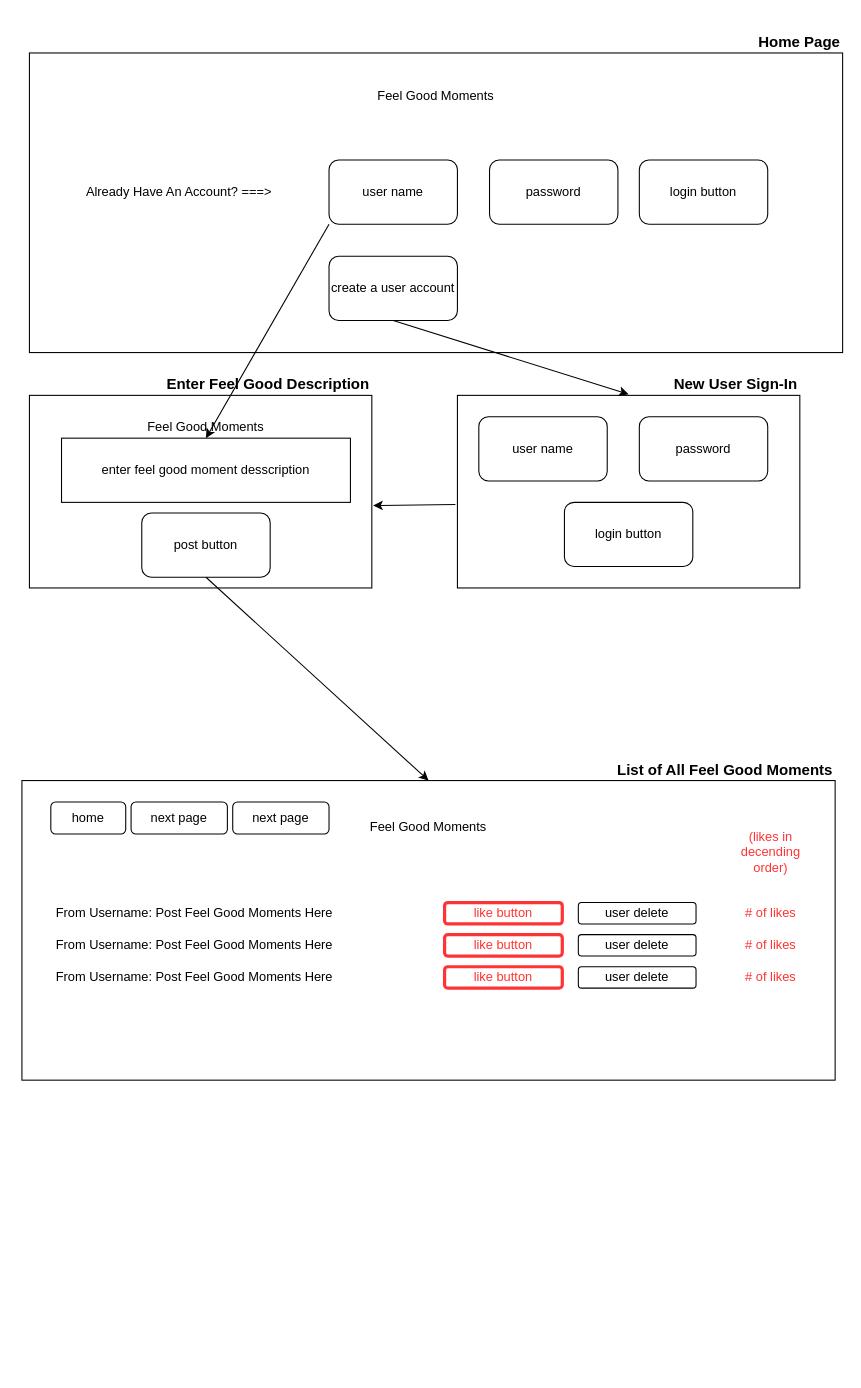
Earlier version of the draw.io diagram page "Page-1" (1 of 2) of zen-project-2-wireframe.drawio (TCabz/zen-project-2). Source tidied: cells renumbered, new cells numbered last; positions are measured from the earlier drawing's top-left corner, leaving out a move shared by most shapes. Both pictures are drawn from the tidied source at 107%, with x=0, y=0 at pixel (21, 31).
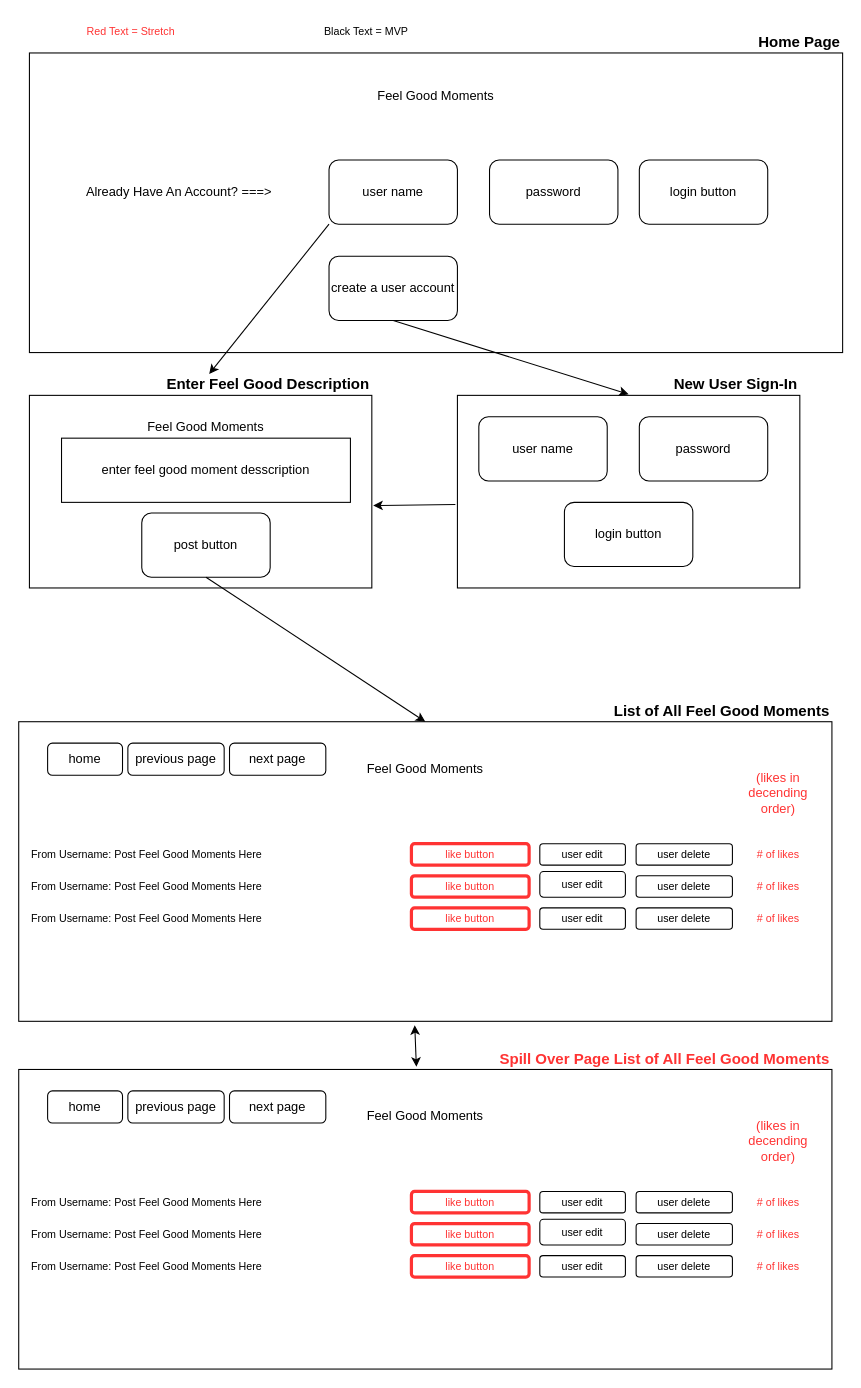
The same diagram, later.

Commit message (it also covers changes not shown here):
added .jsx files, updated wireframe, update readme.md links

The change refers to these unchanged cells:
```xml
<mxCell id="15" value="enter feel good moment desscription" style="rounded=0;whiteSpace=wrap;html=1;" parent="1" vertex="1">
  <mxGeometry x="37" y="380" width="270" height="60" as="geometry" />
</mxCell>
<mxCell id="18" value="user name" style="rounded=1;whiteSpace=wrap;html=1;" parent="1" vertex="1">
  <mxGeometry x="287" y="120" width="120" height="60" as="geometry" />
</mxCell>
<mxCell id="22" value="&lt;h3&gt;Enter Feel Good Description&lt;/h3&gt;" style="text;html=1;strokeColor=none;fillColor=none;align=right;verticalAlign=middle;whiteSpace=wrap;rounded=0;" parent="1" vertex="1">
  <mxGeometry x="7" y="320" width="320" height="20" as="geometry" />
</mxCell>
```

The edit, as a diff of the source:
```diff
@@
     <mxCell id="21" style="rounded=0;whiteSpace=wrap;html=1;" parent="1" vertex="1">
-      <mxGeometry y="700" width="760" height="280" as="geometry" />
+      <mxGeometry x="-3" y="645" width="760" height="280" as="geometry" />
     </mxCell>
@@
-    <mxCell id="24" style="endArrow=classic;html=1;entryX=0.5;entryY=0;entryDx=0;entryDy=0;exitX=0;exitY=1;exitDx=0;exitDy=0;" parent="1" edge="1" source="18" target="15">
+    <mxCell id="24" style="endArrow=classic;html=1;exitX=0;exitY=1;exitDx=0;exitDy=0;" parent="1" edge="1" source="18" target="22">
       <mxGeometry relative="1" as="geometry" />
     </mxCell>
     <mxCell id="25" value="Feel Good Moments" style="text;html=1;strokeColor=none;fillColor=none;align=center;verticalAlign=middle;whiteSpace=wrap;rounded=0;" parent="1" vertex="1">
-      <mxGeometry x="10" y="734" width="740" height="20" as="geometry" />
+      <mxGeometry x="7" y="679" width="740" height="20" as="geometry" />
     </mxCell>
@@
-    <mxCell id="27" value="From Username: Post Feel Good Moments Here" style="text;html=1;strokeColor=none;fillColor=none;align=left;verticalAlign=middle;whiteSpace=wrap;rounded=0;" parent="1" vertex="1">
-      <mxGeometry x="30" y="874" width="360" height="20" as="geometry" />
+    <mxCell id="27" value="From Username: Post Feel Good Moments Here" style="text;html=1;strokeColor=none;fillColor=none;align=left;verticalAlign=middle;whiteSpace=wrap;rounded=0;fontSize=10;" parent="1" vertex="1">
+      <mxGeometry x="7" y="819" width="360" height="20" as="geometry" />
     </mxCell>
@@
-    <mxCell id="29" value="&lt;font color=&quot;#ff3333&quot;&gt;like button&lt;/font&gt;" style="rounded=1;whiteSpace=wrap;html=1;strokeColor=#FF3333;strokeWidth=3;" parent="1" vertex="1">
-      <mxGeometry x="395" y="814" width="110" height="20" as="geometry" />
+    <mxCell id="29" value="&lt;font color=&quot;#ff3333&quot; style=&quot;font-size: 10px;&quot;&gt;like button&lt;/font&gt;" style="rounded=1;whiteSpace=wrap;html=1;strokeColor=#FF3333;strokeWidth=3;fontSize=10;" parent="1" vertex="1">
+      <mxGeometry x="364" y="759" width="110" height="20" as="geometry" />
     </mxCell>
-    <mxCell id="30" value="&lt;font color=&quot;#ff3333&quot;&gt;like button&lt;/font&gt;" style="rounded=1;whiteSpace=wrap;html=1;strokeColor=#FF3333;strokeWidth=3;" parent="1" vertex="1">
-      <mxGeometry x="395" y="844" width="110" height="20" as="geometry" />
+    <mxCell id="30" value="&lt;font color=&quot;#ff3333&quot; style=&quot;font-size: 10px;&quot;&gt;like button&lt;/font&gt;" style="rounded=1;whiteSpace=wrap;html=1;strokeColor=#FF3333;strokeWidth=3;fontSize=10;" parent="1" vertex="1">
+      <mxGeometry x="364" y="789" width="110" height="20" as="geometry" />
     </mxCell>
-    <mxCell id="31" value="&lt;font color=&quot;#ff3333&quot;&gt;like button&lt;/font&gt;" style="rounded=1;whiteSpace=wrap;html=1;strokeColor=#FF3333;strokeWidth=3;" parent="1" vertex="1">
-      <mxGeometry x="395" y="874" width="110" height="20" as="geometry" />
+    <mxCell id="31" value="&lt;font color=&quot;#ff3333&quot; style=&quot;font-size: 10px;&quot;&gt;like button&lt;/font&gt;" style="rounded=1;whiteSpace=wrap;html=1;strokeColor=#FF3333;strokeWidth=3;fontSize=10;" parent="1" vertex="1">
+      <mxGeometry x="364" y="819" width="110" height="20" as="geometry" />
     </mxCell>
-    <mxCell id="32" value="From Username: Post Feel Good Moments Here" style="text;html=1;strokeColor=none;fillColor=none;align=left;verticalAlign=middle;whiteSpace=wrap;rounded=0;" parent="1" vertex="1">
-      <mxGeometry x="30" y="844" width="360" height="20" as="geometry" />
+    <mxCell id="32" value="From Username: Post Feel Good Moments Here" style="text;html=1;strokeColor=none;fillColor=none;align=left;verticalAlign=middle;whiteSpace=wrap;rounded=0;fontSize=10;" parent="1" vertex="1">
+      <mxGeometry x="7" y="789" width="360" height="20" as="geometry" />
     </mxCell>
-    <mxCell id="33" value="From Username: Post Feel Good Moments Here" style="text;html=1;strokeColor=none;fillColor=none;align=left;verticalAlign=middle;whiteSpace=wrap;rounded=0;" parent="1" vertex="1">
-      <mxGeometry x="30" y="814" width="360" height="20" as="geometry" />
+    <mxCell id="33" value="&lt;font style=&quot;font-size: 10px&quot;&gt;From Username: Post Feel Good Moments Here&lt;/font&gt;" style="text;html=1;strokeColor=none;fillColor=none;align=left;verticalAlign=middle;whiteSpace=wrap;rounded=0;fontSize=10;" parent="1" vertex="1">
+      <mxGeometry x="7" y="759" width="360" height="20" as="geometry" />
     </mxCell>
-    <mxCell id="34" value="user delete" style="rounded=1;whiteSpace=wrap;html=1;" parent="1" vertex="1">
-      <mxGeometry x="520" y="814" width="110" height="20" as="geometry" />
+    <mxCell id="34" value="user delete" style="rounded=1;whiteSpace=wrap;html=1;fontSize=10;" parent="1" vertex="1">
+      <mxGeometry x="574" y="759" width="90" height="20" as="geometry" />
     </mxCell>
-    <mxCell id="35" value="user delete" style="rounded=1;whiteSpace=wrap;html=1;" parent="1" vertex="1">
-      <mxGeometry x="520" y="844" width="110" height="20" as="geometry" />
+    <mxCell id="35" value="user delete" style="rounded=1;whiteSpace=wrap;html=1;fontSize=10;" parent="1" vertex="1">
+      <mxGeometry x="574" y="789" width="90" height="20" as="geometry" />
     </mxCell>
-    <mxCell id="36" value="user delete" style="rounded=1;whiteSpace=wrap;html=1;" parent="1" vertex="1">
-      <mxGeometry x="520" y="874" width="110" height="20" as="geometry" />
+    <mxCell id="36" value="user delete" style="rounded=1;whiteSpace=wrap;html=1;fontSize=10;" parent="1" vertex="1">
+      <mxGeometry x="574" y="819" width="90" height="20" as="geometry" />
     </mxCell>
-    <mxCell id="37" value="# of likes" style="text;html=1;strokeColor=none;fillColor=none;align=center;verticalAlign=middle;whiteSpace=wrap;rounded=0;dashed=1;fontColor=#FF3333;" parent="1" vertex="1">
-      <mxGeometry x="660" y="814" width="80" height="20" as="geometry" />
+    <mxCell id="37" value="# of likes" style="text;html=1;strokeColor=none;fillColor=none;align=center;verticalAlign=middle;whiteSpace=wrap;rounded=0;dashed=1;fontColor=#FF3333;fontSize=10;" parent="1" vertex="1">
+      <mxGeometry x="667" y="759" width="80" height="20" as="geometry" />
     </mxCell>
-    <mxCell id="38" value="# of likes" style="text;html=1;strokeColor=none;fillColor=none;align=center;verticalAlign=middle;whiteSpace=wrap;rounded=0;dashed=1;fontColor=#FF3333;" parent="1" vertex="1">
-      <mxGeometry x="660" y="844" width="80" height="20" as="geometry" />
+    <mxCell id="38" value="# of likes" style="text;html=1;strokeColor=none;fillColor=none;align=center;verticalAlign=middle;whiteSpace=wrap;rounded=0;dashed=1;fontColor=#FF3333;fontSize=10;" parent="1" vertex="1">
+      <mxGeometry x="667" y="789" width="80" height="20" as="geometry" />
     </mxCell>
-    <mxCell id="39" value="# of likes" style="text;html=1;strokeColor=none;fillColor=none;align=center;verticalAlign=middle;whiteSpace=wrap;rounded=0;dashed=1;fontColor=#FF3333;" parent="1" vertex="1">
-      <mxGeometry x="660" y="874" width="80" height="20" as="geometry" />
+    <mxCell id="39" value="# of likes" style="text;html=1;strokeColor=none;fillColor=none;align=center;verticalAlign=middle;whiteSpace=wrap;rounded=0;dashed=1;fontColor=#FF3333;fontSize=10;" parent="1" vertex="1">
+      <mxGeometry x="667" y="819" width="80" height="20" as="geometry" />
     </mxCell>
     <mxCell id="40" value="(likes in decending order)" style="text;html=1;strokeColor=none;fillColor=none;align=center;verticalAlign=middle;whiteSpace=wrap;rounded=0;fontColor=#FF3333;" parent="1" vertex="1">
-      <mxGeometry x="665" y="740" width="70" height="54" as="geometry" />
+      <mxGeometry x="672" y="685" width="70" height="54" as="geometry" />
     </mxCell>
     <mxCell id="41" value="&lt;h3&gt;List of All Feel Good Moments&lt;/h3&gt;" style="text;html=1;strokeColor=none;fillColor=none;align=right;verticalAlign=middle;whiteSpace=wrap;rounded=0;" parent="1" vertex="1">
-      <mxGeometry x="487" y="680" width="273" height="20" as="geometry" />
+      <mxGeometry x="484" y="625" width="273" height="20" as="geometry" />
     </mxCell>
     <mxCell id="42" value="home" style="rounded=1;whiteSpace=wrap;html=1;" parent="1" vertex="1">
-      <mxGeometry x="27" y="720" width="70" height="30" as="geometry" />
+      <mxGeometry x="24" y="665" width="70" height="30" as="geometry" />
     </mxCell>
-    <mxCell id="43" value="next page" style="rounded=1;whiteSpace=wrap;html=1;" parent="1" vertex="1">
-      <mxGeometry x="102" y="720" width="90" height="30" as="geometry" />
+    <mxCell id="43" value="previous page" style="rounded=1;whiteSpace=wrap;html=1;" parent="1" vertex="1">
+      <mxGeometry x="99" y="665" width="90" height="30" as="geometry" />
     </mxCell>
     <mxCell id="44" value="next page" style="rounded=1;whiteSpace=wrap;html=1;" parent="1" vertex="1">
-      <mxGeometry x="197" y="720" width="90" height="30" as="geometry" />
+      <mxGeometry x="194" y="665" width="90" height="30" as="geometry" />
     </mxCell>
+    <mxCell id="45" value="user edit" style="rounded=1;whiteSpace=wrap;html=1;fontSize=10;" parent="1" vertex="1">
+      <mxGeometry x="484" y="759" width="80" height="20" as="geometry" />
+    </mxCell>
+    <mxCell id="46" value="user edit" style="rounded=1;whiteSpace=wrap;html=1;fontSize=10;" parent="1" vertex="1">
+      <mxGeometry x="484" y="785" width="80" height="24" as="geometry" />
+    </mxCell>
+    <mxCell id="47" value="user edit" style="rounded=1;whiteSpace=wrap;html=1;fontSize=10;" parent="1" vertex="1">
+      <mxGeometry x="484" y="819" width="80" height="20" as="geometry" />
+    </mxCell>
+    <mxCell id="48" style="rounded=0;whiteSpace=wrap;html=1;" parent="1" vertex="1">
+      <mxGeometry x="-3" y="970" width="760" height="280" as="geometry" />
+    </mxCell>
+    <mxCell id="49" value="Feel Good Moments" style="text;html=1;strokeColor=none;fillColor=none;align=center;verticalAlign=middle;whiteSpace=wrap;rounded=0;" parent="1" vertex="1">
+      <mxGeometry x="7" y="1004" width="740" height="20" as="geometry" />
+    </mxCell>
+    <mxCell id="50" value="From Username: Post Feel Good Moments Here" style="text;html=1;strokeColor=none;fillColor=none;align=left;verticalAlign=middle;whiteSpace=wrap;rounded=0;fontSize=10;" parent="1" vertex="1">
+      <mxGeometry x="7" y="1144" width="360" height="20" as="geometry" />
+    </mxCell>
+    <mxCell id="51" value="&lt;font color=&quot;#ff3333&quot; style=&quot;font-size: 10px;&quot;&gt;like button&lt;/font&gt;" style="rounded=1;whiteSpace=wrap;html=1;strokeColor=#FF3333;strokeWidth=3;fontSize=10;" parent="1" vertex="1">
+      <mxGeometry x="364" y="1084" width="110" height="20" as="geometry" />
+    </mxCell>
+    <mxCell id="52" value="&lt;font color=&quot;#ff3333&quot; style=&quot;font-size: 10px;&quot;&gt;like button&lt;/font&gt;" style="rounded=1;whiteSpace=wrap;html=1;strokeColor=#FF3333;strokeWidth=3;fontSize=10;" parent="1" vertex="1">
+      <mxGeometry x="364" y="1114" width="110" height="20" as="geometry" />
+    </mxCell>
+    <mxCell id="53" value="&lt;font color=&quot;#ff3333&quot; style=&quot;font-size: 10px;&quot;&gt;like button&lt;/font&gt;" style="rounded=1;whiteSpace=wrap;html=1;strokeColor=#FF3333;strokeWidth=3;fontSize=10;" parent="1" vertex="1">
+      <mxGeometry x="364" y="1144" width="110" height="20" as="geometry" />
+    </mxCell>
+    <mxCell id="54" value="From Username: Post Feel Good Moments Here" style="text;html=1;strokeColor=none;fillColor=none;align=left;verticalAlign=middle;whiteSpace=wrap;rounded=0;fontSize=10;" parent="1" vertex="1">
+      <mxGeometry x="7" y="1114" width="360" height="20" as="geometry" />
+    </mxCell>
+    <mxCell id="55" value="&lt;font style=&quot;font-size: 10px&quot;&gt;From Username: Post Feel Good Moments Here&lt;/font&gt;" style="text;html=1;strokeColor=none;fillColor=none;align=left;verticalAlign=middle;whiteSpace=wrap;rounded=0;fontSize=10;" parent="1" vertex="1">
+      <mxGeometry x="7" y="1084" width="360" height="20" as="geometry" />
+    </mxCell>
+    <mxCell id="56" value="user delete" style="rounded=1;whiteSpace=wrap;html=1;fontSize=10;" parent="1" vertex="1">
+      <mxGeometry x="574" y="1084" width="90" height="20" as="geometry" />
+    </mxCell>
+    <mxCell id="57" value="user delete" style="rounded=1;whiteSpace=wrap;html=1;fontSize=10;" parent="1" vertex="1">
+      <mxGeometry x="574" y="1114" width="90" height="20" as="geometry" />
+    </mxCell>
+    <mxCell id="58" value="user delete" style="rounded=1;whiteSpace=wrap;html=1;fontSize=10;" parent="1" vertex="1">
+      <mxGeometry x="574" y="1144" width="90" height="20" as="geometry" />
+    </mxCell>
+    <mxCell id="59" value="# of likes" style="text;html=1;strokeColor=none;fillColor=none;align=center;verticalAlign=middle;whiteSpace=wrap;rounded=0;dashed=1;fontColor=#FF3333;fontSize=10;" parent="1" vertex="1">
+      <mxGeometry x="667" y="1084" width="80" height="20" as="geometry" />
+    </mxCell>
+    <mxCell id="60" value="# of likes" style="text;html=1;strokeColor=none;fillColor=none;align=center;verticalAlign=middle;whiteSpace=wrap;rounded=0;dashed=1;fontColor=#FF3333;fontSize=10;" parent="1" vertex="1">
+      <mxGeometry x="667" y="1114" width="80" height="20" as="geometry" />
+    </mxCell>
+    <mxCell id="61" value="# of likes" style="text;html=1;strokeColor=none;fillColor=none;align=center;verticalAlign=middle;whiteSpace=wrap;rounded=0;dashed=1;fontColor=#FF3333;fontSize=10;" parent="1" vertex="1">
+      <mxGeometry x="667" y="1144" width="80" height="20" as="geometry" />
+    </mxCell>
+    <mxCell id="62" value="(likes in decending order)" style="text;html=1;strokeColor=none;fillColor=none;align=center;verticalAlign=middle;whiteSpace=wrap;rounded=0;fontColor=#FF3333;" parent="1" vertex="1">
+      <mxGeometry x="672" y="1010" width="70" height="54" as="geometry" />
+    </mxCell>
+    <mxCell id="63" value="&lt;h3&gt;&lt;font color=&quot;#ff3333&quot;&gt;Spill Over Page List of All Feel Good Moments&lt;/font&gt;&lt;/h3&gt;" style="text;html=1;strokeColor=none;fillColor=none;align=right;verticalAlign=middle;whiteSpace=wrap;rounded=0;" parent="1" vertex="1">
+      <mxGeometry x="377" y="950" width="380" height="20" as="geometry" />
+    </mxCell>
+    <mxCell id="64" value="home" style="rounded=1;whiteSpace=wrap;html=1;" parent="1" vertex="1">
+      <mxGeometry x="24" y="990" width="70" height="30" as="geometry" />
+    </mxCell>
+    <mxCell id="65" value="previous page" style="rounded=1;whiteSpace=wrap;html=1;" parent="1" vertex="1">
+      <mxGeometry x="99" y="990" width="90" height="30" as="geometry" />
+    </mxCell>
+    <mxCell id="66" value="next page" style="rounded=1;whiteSpace=wrap;html=1;" parent="1" vertex="1">
+      <mxGeometry x="194" y="990" width="90" height="30" as="geometry" />
+    </mxCell>
+    <mxCell id="67" value="user edit" style="rounded=1;whiteSpace=wrap;html=1;fontSize=10;" parent="1" vertex="1">
+      <mxGeometry x="484" y="1084" width="80" height="20" as="geometry" />
+    </mxCell>
+    <mxCell id="68" value="user edit" style="rounded=1;whiteSpace=wrap;html=1;fontSize=10;" parent="1" vertex="1">
+      <mxGeometry x="484" y="1110" width="80" height="24" as="geometry" />
+    </mxCell>
+    <mxCell id="69" value="user edit" style="rounded=1;whiteSpace=wrap;html=1;fontSize=10;" parent="1" vertex="1">
+      <mxGeometry x="484" y="1144" width="80" height="20" as="geometry" />
+    </mxCell>
+    <mxCell id="70" style="endArrow=classic;startArrow=classic;html=1;fontSize=10;exitX=0.489;exitY=-0.009;exitDx=0;exitDy=0;exitPerimeter=0;entryX=0.487;entryY=1.013;entryDx=0;entryDy=0;entryPerimeter=0;" parent="1" edge="1" source="48" target="21">
+      <mxGeometry relative="1" as="geometry" />
+    </mxCell>
+    <mxCell id="71" value="&lt;font color=&quot;#ff3333&quot;&gt;Red Text = Stretch&lt;/font&gt;" style="text;html=1;strokeColor=none;fillColor=none;align=center;verticalAlign=middle;whiteSpace=wrap;rounded=0;fontSize=10;" parent="1" vertex="1">
+      <mxGeometry x="27" y="-10" width="150" height="20" as="geometry" />
+    </mxCell>
+    <mxCell id="72" value="Black Text = MVP" style="text;html=1;strokeColor=none;fillColor=none;align=center;verticalAlign=middle;whiteSpace=wrap;rounded=0;fontSize=10;" parent="1" vertex="1">
+      <mxGeometry x="227" y="-10" width="190" height="20" as="geometry" />
+    </mxCell>
```
